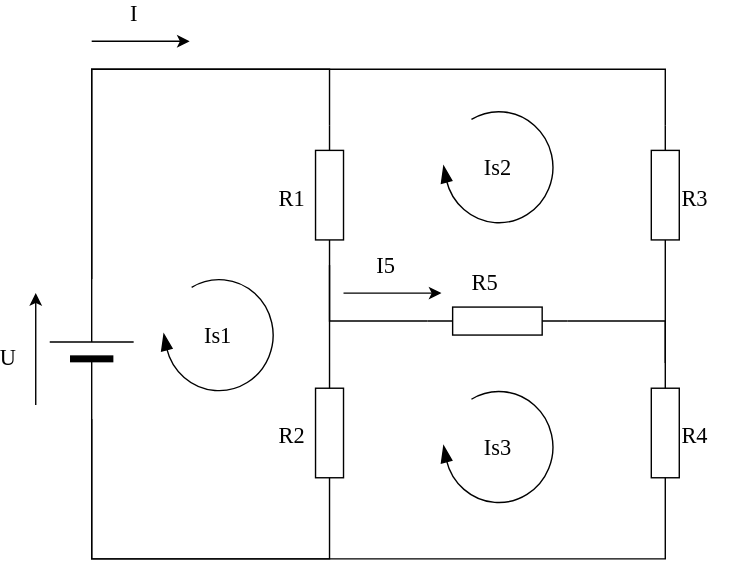
Earlier version of the draw.io export Diagram.drawio.001.svg (lsss1111/Diagram01). Source tidied: cells renumbered, new cells last; positions are measured from the earlier drawing's top-left corner, leaving out a move shared by most shapes.
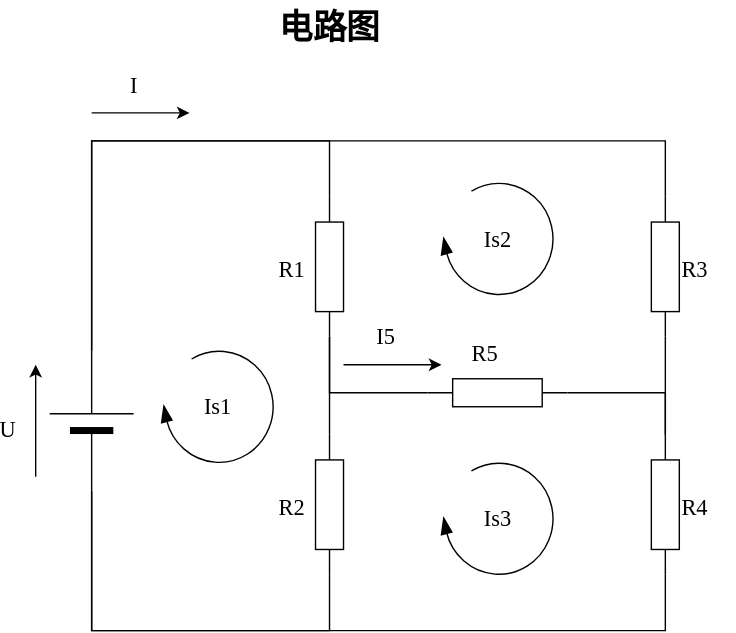
The same file after the commit.

Diff of the diagram source:
```diff
@@ -108,5 +108,8 @@
     <mxCell id="26" value="Is3" style="verticalLabelPosition=middle;html=1;verticalAlign=middle;strokeWidth=1;shape=mxgraph.lean_mapping.physical_pull;rounded=1;shadow=0;comic=0;labelBackgroundColor=none;fillColor=#000000;fontFamily=Verdana;fontSize=16;align=center;flipH=1;labelPosition=center;" parent="1" vertex="1">
       <mxGeometry x="300" y="250" width="80" height="80" as="geometry" />
     </mxCell>
+    <mxCell id="27" value="电路图" style="text;strokeColor=none;fillColor=none;html=1;fontSize=24;fontStyle=1;verticalAlign=middle;align=center;" parent="1" vertex="1">
+      <mxGeometry x="170" y="-80" width="100" height="40" as="geometry" />
+    </mxCell>
   </root>
 </mxGraphModel>
```
